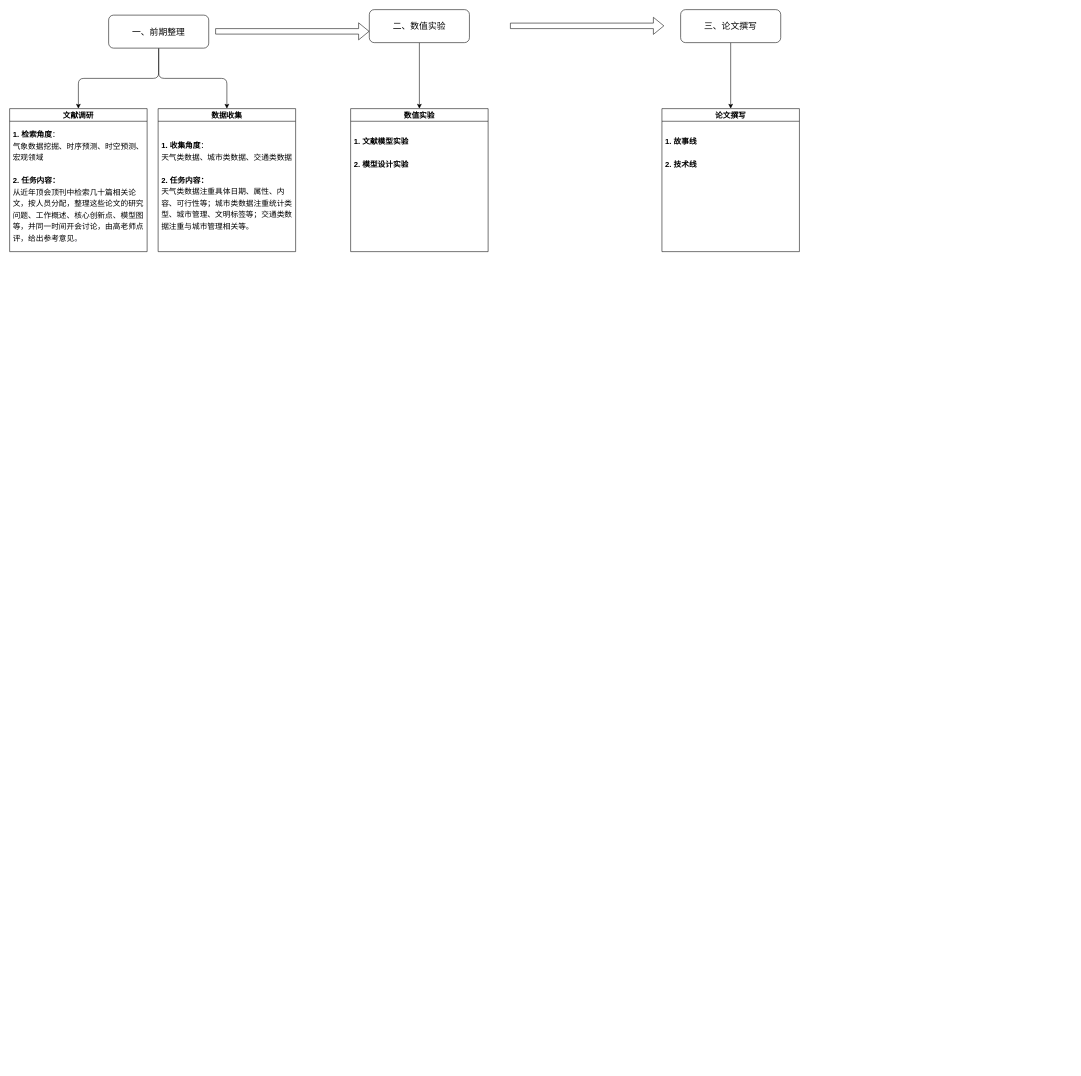
Earlier version of the draw.io diagram page "第 2 页" (2 of 2) of 天气驱动城市数据挖掘.drawio (GPlaying/brain_map). Source tidied: cells renumbered, new cells numbered last; positions are measured from the earlier drawing's top-left corner, leaving out a move shared by most shapes. Both pictures are drawn from the tidied source at 55%, with x=0, y=0 at pixel (9, 9).
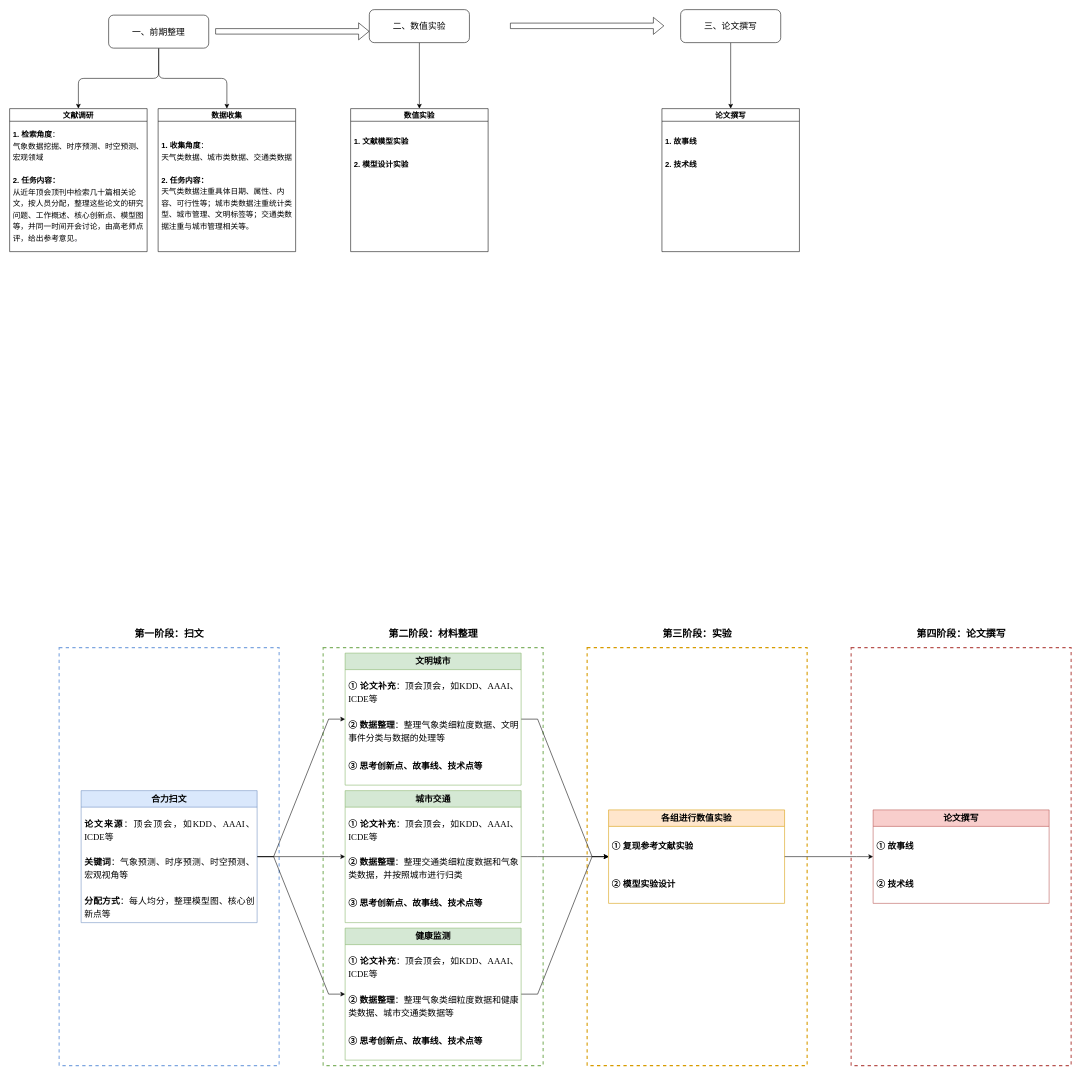
The same page after the edit.

Commit message (it also covers changes not shown here):
更新天气驱动城市数据挖掘.drawio

Diff of the diagram source:
```diff
@@
+    <mxCell id="19" value="&lt;h3&gt;&lt;br&gt;&lt;/h3&gt;" style="rounded=0;whiteSpace=wrap;html=1;fontFamily=宋体;fontSize=16;fillColor=none;strokeColor=#d79b00;strokeWidth=2;dashed=1;" parent="1" vertex="1">
+      <mxGeometry x="1050" y="1160" width="400" height="760" as="geometry" />
+    </mxCell>
+    <mxCell id="20" value="&lt;h3&gt;&lt;br&gt;&lt;/h3&gt;" style="rounded=0;whiteSpace=wrap;html=1;fontFamily=宋体;fontSize=16;fillColor=none;strokeColor=#b85450;dashed=1;strokeWidth=2;" parent="1" vertex="1">
+      <mxGeometry x="1530" y="1160" width="400" height="760" as="geometry" />
+    </mxCell>
+    <mxCell id="21" value="&lt;h3&gt;&lt;br&gt;&lt;/h3&gt;" style="rounded=0;whiteSpace=wrap;html=1;fontFamily=宋体;fontSize=16;fillColor=none;strokeColor=#82b366;dashed=1;strokeWidth=2;" parent="1" vertex="1">
+      <mxGeometry x="570" y="1160" width="400" height="760" as="geometry" />
+    </mxCell>
@@
+    <mxCell id="22" value="&lt;h3&gt;&lt;br&gt;&lt;/h3&gt;" style="rounded=0;whiteSpace=wrap;html=1;fontFamily=宋体;fontSize=16;fillColor=none;strokeColor=#7EA6E0;dashed=1;strokeWidth=2;" parent="1" vertex="1">
+      <mxGeometry x="90" y="1160" width="400" height="760" as="geometry" />
+    </mxCell>
+    <mxCell id="23" style="edgeStyle=entityRelationEdgeStyle;rounded=0;jettySize=auto;html=1;fontFamily=Times New Roman;fontSize=16;elbow=vertical;" parent="1" edge="1" source="26" target="31">
+      <mxGeometry relative="1" as="geometry" />
+    </mxCell>
+    <mxCell id="24" style="edgeStyle=entityRelationEdgeStyle;rounded=0;jettySize=auto;html=1;fontFamily=Times New Roman;fontSize=16;elbow=vertical;" parent="1" edge="1" source="26" target="36">
+      <mxGeometry relative="1" as="geometry" />
+    </mxCell>
+    <mxCell id="25" style="edgeStyle=entityRelationEdgeStyle;rounded=0;jettySize=auto;html=1;fontFamily=Times New Roman;fontSize=16;elbow=vertical;" parent="1" edge="1" source="26" target="41">
+      <mxGeometry relative="1" as="geometry" />
+    </mxCell>
+    <mxCell id="26" value="&lt;h4&gt;合力扫文&lt;/h4&gt;" style="swimlane;fontStyle=0;horizontal=1;startSize=30;whiteSpace=wrap;html=1;fontFamily=宋体;fontSize=16;fillColor=#dae8fc;strokeColor=#6c8ebf;" parent="1" vertex="1">
+      <mxGeometry x="130" y="1420" width="320" height="240" as="geometry" />
+    </mxCell>
+    <mxCell id="27" value="&lt;p style=&quot;text-align: justify; line-height: 150%;&quot;&gt;&lt;b&gt;论文来源&lt;/b&gt;：顶会顶会，如&lt;font face=&quot;Times New Roman&quot;&gt;KDD、AAAI、ICDE&lt;/font&gt;等&lt;/p&gt;" style="text;strokeColor=none;fillColor=none;align=left;verticalAlign=middle;spacingLeft=4;spacingRight=4;overflow=hidden;whiteSpace=wrap;html=1;fontSize=16;fontFamily=宋体;" parent="26" vertex="1">
+      <mxGeometry y="30" width="320" height="70" as="geometry" />
+    </mxCell>
+    <mxCell id="28" value="&lt;p style=&quot;text-align: justify; line-height: 150%;&quot;&gt;&lt;b&gt;关键词&lt;/b&gt;：气象预测、时序预测、时空预测、宏观视角等&lt;/p&gt;" style="text;strokeColor=none;fillColor=none;align=left;verticalAlign=middle;spacingLeft=4;spacingRight=4;overflow=hidden;whiteSpace=wrap;html=1;fontSize=16;fontFamily=宋体;" parent="26" vertex="1">
+      <mxGeometry y="100" width="320" height="70" as="geometry" />
+    </mxCell>
+    <mxCell id="29" value="&lt;p style=&quot;text-align: justify; line-height: 150%;&quot;&gt;&lt;b&gt;分配方式&lt;/b&gt;：每人均分，整理模型图、核心创新点等&lt;/p&gt;" style="text;strokeColor=none;fillColor=none;align=left;verticalAlign=middle;spacingLeft=4;spacingRight=4;overflow=hidden;whiteSpace=wrap;html=1;fontSize=16;fontFamily=宋体;" parent="26" vertex="1">
+      <mxGeometry y="170" width="320" height="70" as="geometry" />
+    </mxCell>
+    <mxCell id="30" style="edgeStyle=entityRelationEdgeStyle;rounded=0;jettySize=auto;html=1;fontFamily=Times New Roman;fontSize=16;elbow=vertical;" parent="1" edge="1" source="31" target="46">
+      <mxGeometry relative="1" as="geometry" />
+    </mxCell>
+    <mxCell id="31" value="&lt;h4&gt;文明城市&lt;/h4&gt;" style="swimlane;fontStyle=0;horizontal=1;startSize=30;whiteSpace=wrap;html=1;fontFamily=宋体;fontSize=16;fillColor=#d5e8d4;strokeColor=#82b366;" parent="1" vertex="1">
+      <mxGeometry x="610" y="1170" width="320" height="240" as="geometry" />
+    </mxCell>
+    <mxCell id="32" value="&lt;p style=&quot;text-align: justify; line-height: 150%;&quot;&gt;&lt;b&gt;① 论文补充&lt;/b&gt;：顶会顶会，如&lt;font face=&quot;Times New Roman&quot;&gt;KDD、AAAI、ICDE&lt;/font&gt;等&lt;/p&gt;" style="text;strokeColor=none;fillColor=none;align=left;verticalAlign=middle;spacingLeft=4;spacingRight=4;overflow=hidden;whiteSpace=wrap;html=1;fontSize=16;fontFamily=宋体;" parent="31" vertex="1">
+      <mxGeometry y="30" width="320" height="70" as="geometry" />
+    </mxCell>
+    <mxCell id="33" value="&lt;p style=&quot;text-align: justify; line-height: 150%;&quot;&gt;&lt;b&gt;② 数据整理&lt;/b&gt;：整理气象类细粒度数据、文明事件分类与数据的处理等&lt;/p&gt;" style="text;strokeColor=none;fillColor=none;align=left;verticalAlign=middle;spacingLeft=4;spacingRight=4;overflow=hidden;whiteSpace=wrap;html=1;fontSize=16;fontFamily=宋体;" parent="31" vertex="1">
+      <mxGeometry y="100" width="320" height="70" as="geometry" />
+    </mxCell>
+    <mxCell id="34" value="&lt;p style=&quot;text-align: justify; line-height: 150%;&quot;&gt;&lt;b&gt;③ 思考创新点、故事线、技术点等&lt;/b&gt;&lt;/p&gt;" style="text;strokeColor=none;fillColor=none;align=left;verticalAlign=middle;spacingLeft=4;spacingRight=4;overflow=hidden;whiteSpace=wrap;html=1;fontSize=16;fontFamily=宋体;" parent="31" vertex="1">
+      <mxGeometry y="170" width="320" height="70" as="geometry" />
+    </mxCell>
+    <mxCell id="35" style="edgeStyle=entityRelationEdgeStyle;rounded=0;jettySize=auto;html=1;fontFamily=Times New Roman;fontSize=16;elbow=vertical;" parent="1" edge="1" source="36" target="46">
+      <mxGeometry relative="1" as="geometry" />
+    </mxCell>
+    <mxCell id="36" value="&lt;h4&gt;城市交通&lt;/h4&gt;" style="swimlane;fontStyle=0;horizontal=1;startSize=30;whiteSpace=wrap;html=1;fontFamily=宋体;fontSize=16;fillColor=#d5e8d4;strokeColor=#82b366;" parent="1" vertex="1">
+      <mxGeometry x="610" y="1420" width="320" height="240" as="geometry" />
+    </mxCell>
+    <mxCell id="37" value="&lt;p style=&quot;text-align: justify; line-height: 150%;&quot;&gt;&lt;b&gt;① 论文补充&lt;/b&gt;：顶会顶会，如&lt;font face=&quot;Times New Roman&quot;&gt;KDD、AAAI、ICDE&lt;/font&gt;等&lt;/p&gt;" style="text;strokeColor=none;fillColor=none;align=left;verticalAlign=middle;spacingLeft=4;spacingRight=4;overflow=hidden;whiteSpace=wrap;html=1;fontSize=16;fontFamily=宋体;" parent="36" vertex="1">
+      <mxGeometry y="30" width="320" height="70" as="geometry" />
+    </mxCell>
+    <mxCell id="38" value="&lt;p style=&quot;text-align: justify; line-height: 150%;&quot;&gt;&lt;b&gt;② 数据整理&lt;/b&gt;：整理交通类细粒度数据和气象类数据，并按照城市进行归类&lt;/p&gt;" style="text;strokeColor=none;fillColor=none;align=left;verticalAlign=middle;spacingLeft=4;spacingRight=4;overflow=hidden;whiteSpace=wrap;html=1;fontSize=16;fontFamily=宋体;" parent="36" vertex="1">
+      <mxGeometry y="100" width="320" height="70" as="geometry" />
+    </mxCell>
+    <mxCell id="39" value="&lt;p style=&quot;text-align: justify; line-height: 150%;&quot;&gt;&lt;b&gt;③ 思考创新点、故事线、技术点等&lt;/b&gt;&lt;/p&gt;" style="text;strokeColor=none;fillColor=none;align=left;verticalAlign=middle;spacingLeft=4;spacingRight=4;overflow=hidden;whiteSpace=wrap;html=1;fontSize=16;fontFamily=宋体;" parent="36" vertex="1">
+      <mxGeometry y="170" width="320" height="70" as="geometry" />
+    </mxCell>
+    <mxCell id="40" style="edgeStyle=entityRelationEdgeStyle;rounded=0;jettySize=auto;html=1;fontFamily=Times New Roman;fontSize=16;elbow=vertical;" parent="1" edge="1" source="41" target="46">
+      <mxGeometry relative="1" as="geometry" />
+    </mxCell>
+    <mxCell id="41" value="&lt;h4&gt;健康监测&lt;/h4&gt;" style="swimlane;fontStyle=0;horizontal=1;startSize=30;whiteSpace=wrap;html=1;fontFamily=宋体;fontSize=16;fillColor=#d5e8d4;strokeColor=#82b366;" parent="1" vertex="1">
+      <mxGeometry x="610" y="1670" width="320" height="240" as="geometry" />
+    </mxCell>
+    <mxCell id="42" value="&lt;p style=&quot;text-align: justify; line-height: 150%;&quot;&gt;&lt;b&gt;① 论文补充&lt;/b&gt;：顶会顶会，如&lt;font face=&quot;Times New Roman&quot;&gt;KDD、AAAI、ICDE&lt;/font&gt;等&lt;/p&gt;" style="text;strokeColor=none;fillColor=none;align=left;verticalAlign=middle;spacingLeft=4;spacingRight=4;overflow=hidden;whiteSpace=wrap;html=1;fontSize=16;fontFamily=宋体;" parent="41" vertex="1">
+      <mxGeometry y="30" width="320" height="70" as="geometry" />
+    </mxCell>
+    <mxCell id="43" value="&lt;p style=&quot;text-align: justify; line-height: 150%;&quot;&gt;&lt;b&gt;② 数据整理&lt;/b&gt;：整理气象类细粒度数据和健康类数据、城市交通类数据等&lt;/p&gt;" style="text;strokeColor=none;fillColor=none;align=left;verticalAlign=middle;spacingLeft=4;spacingRight=4;overflow=hidden;whiteSpace=wrap;html=1;fontSize=16;fontFamily=宋体;" parent="41" vertex="1">
+      <mxGeometry y="100" width="320" height="70" as="geometry" />
+    </mxCell>
+    <mxCell id="44" value="&lt;p style=&quot;text-align: justify; line-height: 150%;&quot;&gt;&lt;b&gt;③ 思考创新点、故事线、技术点等&lt;/b&gt;&lt;/p&gt;" style="text;strokeColor=none;fillColor=none;align=left;verticalAlign=middle;spacingLeft=4;spacingRight=4;overflow=hidden;whiteSpace=wrap;html=1;fontSize=16;fontFamily=宋体;" parent="41" vertex="1">
+      <mxGeometry y="170" width="320" height="70" as="geometry" />
+    </mxCell>
+    <mxCell id="45" style="edgeStyle=entityRelationEdgeStyle;rounded=0;jettySize=auto;html=1;fontFamily=Times New Roman;fontSize=16;elbow=vertical;" parent="1" edge="1" source="46" target="49">
+      <mxGeometry relative="1" as="geometry" />
+    </mxCell>
+    <mxCell id="46" value="&lt;h4&gt;各组进行数值实验&lt;/h4&gt;" style="swimlane;fontStyle=0;horizontal=1;startSize=30;whiteSpace=wrap;html=1;fontFamily=宋体;fontSize=16;fillColor=#ffe6cc;strokeColor=#d79b00;" parent="1" vertex="1">
+      <mxGeometry x="1089" y="1455" width="320" height="170" as="geometry" />
+    </mxCell>
+    <mxCell id="47" value="&lt;p style=&quot;text-align: justify; line-height: 150%;&quot;&gt;&lt;b&gt;① 复现参考文献实验&lt;/b&gt;&lt;/p&gt;" style="text;strokeColor=none;fillColor=none;align=left;verticalAlign=middle;spacingLeft=4;spacingRight=4;overflow=hidden;whiteSpace=wrap;html=1;fontSize=16;fontFamily=宋体;" parent="46" vertex="1">
+      <mxGeometry y="30" width="320" height="70" as="geometry" />
+    </mxCell>
+    <mxCell id="48" value="&lt;p style=&quot;text-align: justify; line-height: 150%;&quot;&gt;&lt;b&gt;② 模型实验设计&lt;/b&gt;&lt;/p&gt;" style="text;strokeColor=none;fillColor=none;align=left;verticalAlign=middle;spacingLeft=4;spacingRight=4;overflow=hidden;whiteSpace=wrap;html=1;fontSize=16;fontFamily=宋体;" parent="46" vertex="1">
+      <mxGeometry y="100" width="320" height="70" as="geometry" />
+    </mxCell>
+    <mxCell id="49" value="&lt;h4&gt;论文撰写&lt;/h4&gt;" style="swimlane;fontStyle=0;horizontal=1;startSize=30;whiteSpace=wrap;html=1;fontFamily=宋体;fontSize=16;fillColor=#f8cecc;strokeColor=#b85450;" parent="1" vertex="1">
+      <mxGeometry x="1570" y="1455" width="320" height="170" as="geometry" />
+    </mxCell>
+    <mxCell id="50" value="&lt;p style=&quot;text-align: justify; line-height: 150%;&quot;&gt;&lt;b&gt;① 故事线&lt;/b&gt;&lt;/p&gt;" style="text;strokeColor=none;fillColor=none;align=left;verticalAlign=middle;spacingLeft=4;spacingRight=4;overflow=hidden;whiteSpace=wrap;html=1;fontSize=16;fontFamily=宋体;" parent="49" vertex="1">
+      <mxGeometry y="30" width="320" height="70" as="geometry" />
+    </mxCell>
+    <mxCell id="51" value="&lt;p style=&quot;text-align: justify; line-height: 150%;&quot;&gt;&lt;b&gt;② 技术线&lt;/b&gt;&lt;/p&gt;" style="text;strokeColor=none;fillColor=none;align=left;verticalAlign=middle;spacingLeft=4;spacingRight=4;overflow=hidden;whiteSpace=wrap;html=1;fontSize=16;fontFamily=宋体;" parent="49" vertex="1">
+      <mxGeometry y="100" width="320" height="70" as="geometry" />
+    </mxCell>
+    <mxCell id="52" value="&lt;h4&gt;&lt;font style=&quot;font-size: 18px;&quot;&gt;第一阶段：扫文&lt;/font&gt;&lt;/h4&gt;" style="text;html=1;strokeColor=none;fillColor=none;align=center;verticalAlign=middle;whiteSpace=wrap;rounded=0;fontSize=16;fontFamily=Times New Roman;" parent="1" vertex="1">
+      <mxGeometry x="207.5" y="1115" width="165" height="40" as="geometry" />
+    </mxCell>
+    <mxCell id="53" value="&lt;h4&gt;&lt;font style=&quot;font-size: 18px;&quot;&gt;第二阶段：材料整理&lt;/font&gt;&lt;/h4&gt;" style="text;html=1;strokeColor=none;fillColor=none;align=center;verticalAlign=middle;whiteSpace=wrap;rounded=0;fontSize=16;fontFamily=Times New Roman;" parent="1" vertex="1">
+      <mxGeometry x="673.8" y="1110" width="192.5" height="50" as="geometry" />
+    </mxCell>
+    <mxCell id="54" value="&lt;h4&gt;&lt;font style=&quot;font-size: 18px;&quot;&gt;第三阶段：实验&lt;/font&gt;&lt;/h4&gt;" style="text;html=1;strokeColor=none;fillColor=none;align=center;verticalAlign=middle;whiteSpace=wrap;rounded=0;fontSize=16;fontFamily=Times New Roman;" parent="1" vertex="1">
+      <mxGeometry x="1167.5" y="1115" width="165" height="40" as="geometry" />
+    </mxCell>
+    <mxCell id="55" value="&lt;h4&gt;&lt;font style=&quot;font-size: 18px;&quot;&gt;第四阶段：论文撰写&lt;/font&gt;&lt;/h4&gt;" style="text;html=1;strokeColor=none;fillColor=none;align=center;verticalAlign=middle;whiteSpace=wrap;rounded=0;fontSize=16;fontFamily=Times New Roman;" parent="1" vertex="1">
+      <mxGeometry x="1643.8" y="1115" width="172.5" height="40" as="geometry" />
+    </mxCell>
```
